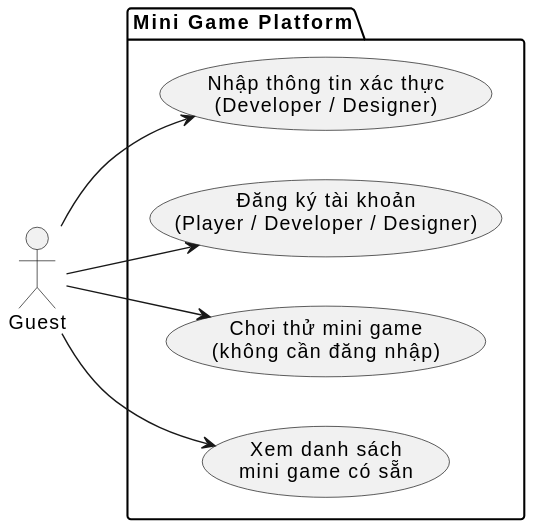
The PlantUML diagram docs/Dg/GuestUseCase.svg in jimdabest/CNPM_GameHub, before a commit.
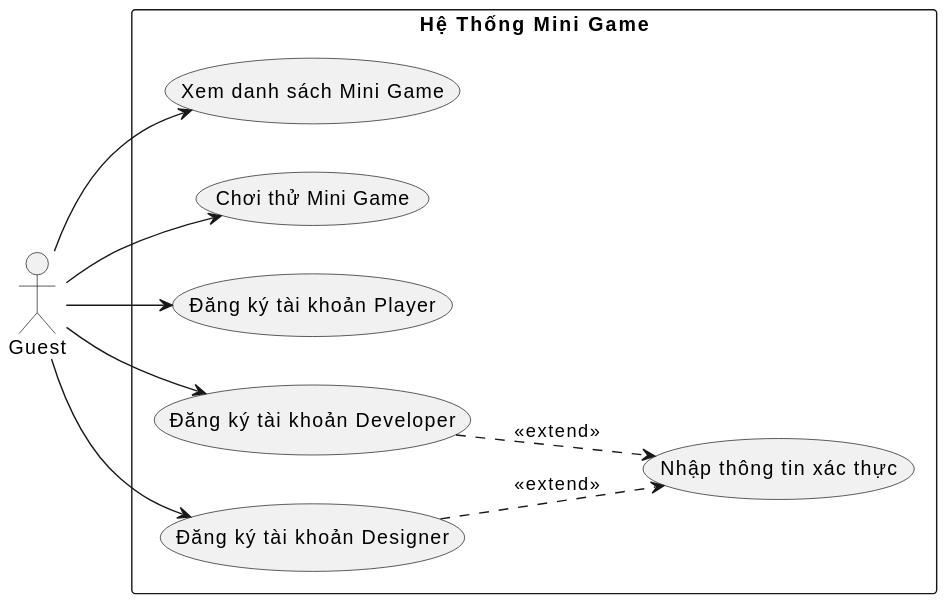
Later version of the same file.

Commit message:
SỬA USERCASE(GUEST)

What changed in the source:
```diff
@@ -3,15 +3,21 @@
 
 actor Guest
 
-package "Mini Game Platform" {
-  usecase UC_ViewList  as "Xem danh sách\nmini game có sẵn"
-  usecase UC_PlayTrial as "Chơi thử mini game\n(không cần đăng nhập)"
-  usecase UC_Register  as "Đăng ký tài khoản\n(Player / Developer / Designer)"
-  usecase UC_Verify    as "Nhập thông tin xác thực\n(Developer / Designer)"
+rectangle "Hệ Thống Mini Game" {
+    (Xem danh sách Mini Game) as UC1
+    (Chơi thử Mini Game) as UC2
+    (Đăng ký tài khoản Player) as UC3
+    (Đăng ký tài khoản Developer) as UC4
+    (Đăng ký tài khoản Designer) as UC5
+    (Nhập thông tin xác thực) as UC6
 }
 
-Guest --> UC_ViewList
-Guest --> UC_PlayTrial
-Guest --> UC_Register
-Guest --> UC_Verify
+Guest --> UC1
+Guest --> UC2
+Guest --> UC3
+Guest --> UC4
+Guest --> UC5
+
+UC4 ..> UC6 : <<extend>>
+UC5 ..> UC6 : <<extend>>
 @enduml
```
